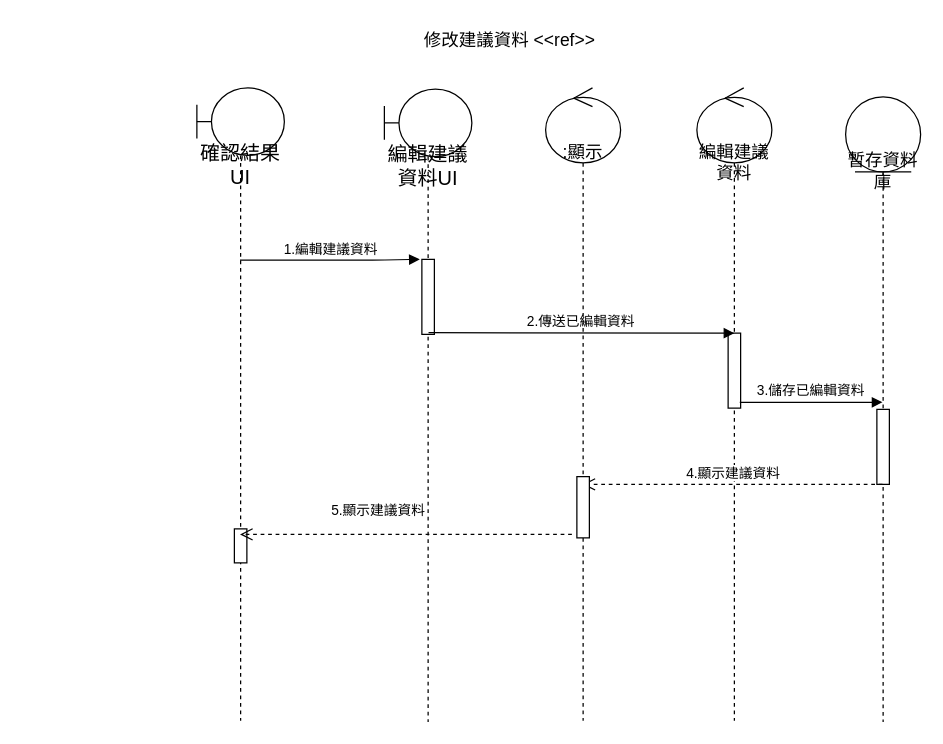
Before: 循序圖(編輯建議備課資料).drawio in Kevincheng0804/System-analysis, a draw.io diagram. Source tidied: cells renumbered, new cells numbered last; positions are measured from the earlier drawing's top-left corner, leaving out a move shared by most shapes. Both pictures are drawn from the tidied source at 125%, with x=0, y=0 at pixel (196, 21).
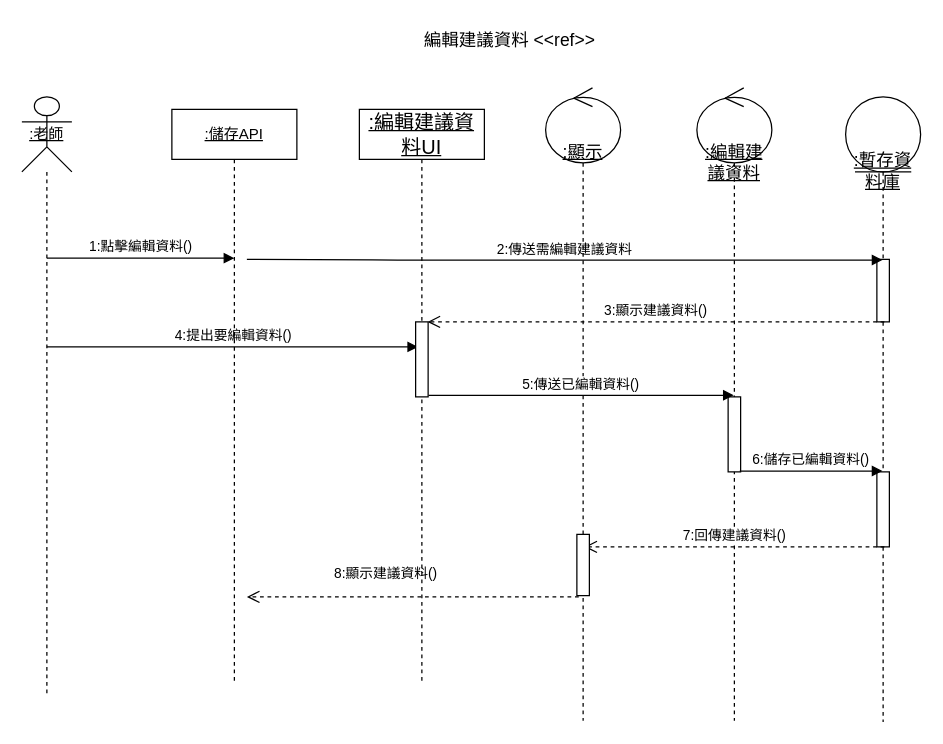
The same diagram, later.

Commit message:
更新循序圖(編輯建議備課資料).drawio

The edit, as a diff of the source:
```diff
@@
-    <mxCell id="2" value="編輯建議資料UI" style="shape=umlLifeline;participant=umlBoundary;perimeter=lifelinePerimeter;whiteSpace=wrap;html=1;verticalAlign=top;spacingTop=36;fontSize=16;size=54;" parent="1" vertex="1">
-      <mxGeometry x="150" y="53.8" width="70" height="506.2" as="geometry" />
-    </mxCell>
-    <mxCell id="3" style="html=1;points=[];perimeter=orthogonalPerimeter;" parent="2" vertex="1">
-      <mxGeometry x="30" y="136.2" width="10" height="60" as="geometry" />
-    </mxCell>
-    <mxCell id="4" value="暫存資料庫" style="shape=umlLifeline;participant=umlEntity;perimeter=lifelinePerimeter;whiteSpace=wrap;html=1;verticalAlign=top;spacingTop=36;outlineConnect=0;fontSize=14;size=60;" parent="1" vertex="1">
+    <mxCell id="4" value="&lt;u&gt;:暫存資料庫&lt;/u&gt;" style="shape=umlLifeline;participant=umlEntity;perimeter=lifelinePerimeter;whiteSpace=wrap;html=1;verticalAlign=top;spacingTop=36;outlineConnect=0;fontSize=14;size=60;" parent="1" vertex="1">
       <mxGeometry x="519" y="60" width="60" height="500" as="geometry" />
     </mxCell>
     <mxCell id="5" style="html=1;perimeter=orthogonalPerimeter;" parent="4" vertex="1">
-      <mxGeometry x="25" y="250" width="10" height="60" as="geometry" />
+      <mxGeometry x="25" y="300" width="10" height="60" as="geometry" />
     </mxCell>
+    <mxCell id="18" style="html=1;perimeter=orthogonalPerimeter;" parent="4" vertex="1">
+      <mxGeometry x="25" y="130" width="10" height="50" as="geometry" />
+    </mxCell>
-    <mxCell id="6" value="編輯建議資料" style="shape=umlLifeline;participant=umlControl;perimeter=lifelinePerimeter;whiteSpace=wrap;html=1;verticalAlign=top;spacingTop=36;outlineConnect=0;fontSize=14;size=60;align=center;" parent="1" vertex="1">
+    <mxCell id="6" value="&lt;u&gt;:編輯建議資料&lt;/u&gt;" style="shape=umlLifeline;participant=umlControl;perimeter=lifelinePerimeter;whiteSpace=wrap;html=1;verticalAlign=top;spacingTop=36;outlineConnect=0;fontSize=14;size=60;align=center;" parent="1" vertex="1">
       <mxGeometry x="400" y="52.8" width="60" height="506.2" as="geometry" />
     </mxCell>
     <mxCell id="7" style="html=1;points=[];perimeter=orthogonalPerimeter;" parent="6" vertex="1">
-      <mxGeometry x="25" y="196.2" width="10" height="60" as="geometry" />
+      <mxGeometry x="25" y="247.2" width="10" height="60" as="geometry" />
     </mxCell>
-    <mxCell id="8" value="2.傳送已編輯資料" style="html=1;verticalAlign=bottom;startArrow=none;startFill=0;endArrow=block;startSize=8;exitX=0.533;exitY=0.978;exitDx=0;exitDy=0;exitPerimeter=0;" parent="6" edge="1" source="3">
-      <mxGeometry relative="1" as="geometry">
-        <mxPoint x="30" y="196.2" as="targetPoint" />
-      </mxGeometry>
-    </mxCell>
-    <mxCell id="9" value="確認結果UI" style="shape=umlLifeline;participant=umlBoundary;perimeter=lifelinePerimeter;whiteSpace=wrap;html=1;verticalAlign=top;spacingTop=36;outlineConnect=0;fontSize=16;size=54;" parent="1" vertex="1">
-      <mxGeometry y="52.8" width="70" height="506.2" as="geometry" />
-    </mxCell>
-    <mxCell id="10" style="html=1;perimeter=orthogonalPerimeter;" parent="9" vertex="1">
-      <mxGeometry x="30" y="352.8" width="10" height="27.2" as="geometry" />
-    </mxCell>
-    <mxCell id="11" value="1.編輯建議資料" style="html=1;verticalAlign=bottom;startArrow=none;startFill=0;endArrow=block;startSize=8;entryX=-0.17;entryY=-0.001;entryDx=0;entryDy=0;entryPerimeter=0;" parent="1" edge="1" source="9" target="3">
+    <mxCell id="11" value="2:傳送需編輯建議資料" style="html=1;verticalAlign=bottom;startArrow=none;startFill=0;endArrow=block;startSize=8;" parent="1" edge="1" target="4">
       <mxGeometry relative="1" as="geometry">
+        <mxPoint x="40" y="190" as="sourcePoint" />
         <Array as="points">
           <mxPoint x="150.5" y="190.5" />
         </Array>
       </mxGeometry>
     </mxCell>
-    <mxCell id="12" value="3.儲存已編輯資料" style="html=1;verticalAlign=bottom;startArrow=none;startFill=0;endArrow=block;startSize=8;exitX=0.933;exitY=0.922;exitDx=0;exitDy=0;exitPerimeter=0;" parent="1" edge="1" source="7" target="4">
-      <mxGeometry relative="1" as="geometry" />
+    <mxCell id="12" value="6:儲存已編輯資料()" style="html=1;verticalAlign=bottom;startArrow=none;startFill=0;endArrow=block;startSize=8;exitX=0.933;exitY=0.922;exitDx=0;exitDy=0;exitPerimeter=0;" parent="1" edge="1">
+      <mxGeometry relative="1" as="geometry">
+        <mxPoint x="434.3" y="359.3" as="sourcePoint" />
+        <mxPoint x="548.5" y="359.3" as="targetPoint" />
+      </mxGeometry>
     </mxCell>
-    <mxCell id="13" value="4.顯示建議資料" style="html=1;verticalAlign=bottom;endArrow=open;dashed=1;endSize=8;" parent="1" edge="1" source="4" target="15">
+    <mxCell id="13" value="7:回傳建議資料()" style="html=1;verticalAlign=bottom;endArrow=open;dashed=1;endSize=8;" parent="1" edge="1">
       <mxGeometry relative="1" as="geometry">
+        <mxPoint x="550" y="420" as="sourcePoint" />
+        <mxPoint x="310" y="420" as="targetPoint" />
         <Array as="points">
-          <mxPoint x="355" y="370" />
+          <mxPoint x="356.5" y="420" />
         </Array>
       </mxGeometry>
     </mxCell>
-    <mxCell id="14" value="&lt;span style=&quot;text-align: center; font-size: 14px;&quot;&gt;&lt;font style=&quot;font-size: 14px;&quot;&gt;修改建議資料&lt;/font&gt;&lt;/span&gt;&amp;nbsp;&amp;lt;&amp;lt;ref&amp;gt;&amp;gt;" style="text;whiteSpace=wrap;html=1;fontSize=14;" parent="1" vertex="1">
+    <mxCell id="14" value="&lt;span style=&quot;text-align: center; font-size: 14px;&quot;&gt;&lt;font style=&quot;font-size: 14px;&quot;&gt;編輯建議資料&lt;/font&gt;&lt;/span&gt;&amp;nbsp;&amp;lt;&amp;lt;ref&amp;gt;&amp;gt;" style="text;whiteSpace=wrap;html=1;fontSize=14;" parent="1" vertex="1">
       <mxGeometry x="180" width="150" height="40" as="geometry" />
     </mxCell>
-    <mxCell id="15" value=":顯示" style="shape=umlLifeline;participant=umlControl;perimeter=lifelinePerimeter;whiteSpace=wrap;html=1;verticalAlign=top;spacingTop=36;outlineConnect=0;fontSize=14;size=60;align=center;" parent="1" vertex="1">
+    <mxCell id="15" value="&lt;u&gt;:顯示&lt;/u&gt;" style="shape=umlLifeline;participant=umlControl;perimeter=lifelinePerimeter;whiteSpace=wrap;html=1;verticalAlign=top;spacingTop=36;outlineConnect=0;fontSize=14;size=60;align=center;" parent="1" vertex="1">
       <mxGeometry x="279" y="52.8" width="60" height="506.2" as="geometry" />
     </mxCell>
     <mxCell id="16" style="html=1;perimeter=orthogonalPerimeter;" parent="15" vertex="1">
-      <mxGeometry x="25" y="311" width="10" height="49" as="geometry" />
+      <mxGeometry x="25" y="357.2" width="10" height="49" as="geometry" />
     </mxCell>
+    <mxCell id="19" value="1:點擊編輯資料()" style="html=1;verticalAlign=bottom;endArrow=block;curved=0;rounded=0;" parent="15" edge="1">
+      <mxGeometry relative="1" as="geometry">
+        <mxPoint x="-399" y="136.2" as="sourcePoint" />
+        <mxPoint x="-249" y="136.2" as="targetPoint" />
+      </mxGeometry>
+    </mxCell>
-    <mxCell id="17" value="5.顯示建議資料" style="html=1;verticalAlign=bottom;endArrow=open;dashed=1;endSize=8;" parent="1" edge="1" target="9">
+    <mxCell id="17" value="8:顯示建議資料()" style="html=1;verticalAlign=bottom;endArrow=open;dashed=1;endSize=8;" parent="1" edge="1">
       <mxGeometry x="0.17" y="-10" relative="1" as="geometry">
-        <mxPoint x="300" y="410" as="sourcePoint" />
+        <mxPoint x="305.5" y="460" as="sourcePoint" />
+        <mxPoint x="40" y="460" as="targetPoint" />
         <Array as="points">
-          <mxPoint x="106.5" y="410" />
+          <mxPoint x="112" y="460" />
         </Array>
       </mxGeometry>
     </mxCell>
+    <mxCell id="20" value="&lt;u&gt;:老師&lt;/u&gt;" style="shape=umlLifeline;perimeter=lifelinePerimeter;whiteSpace=wrap;html=1;newEdgeStyle={&quot;curved&quot;:0,&quot;rounded&quot;:0};participant=umlActor;size=60;" parent="1" vertex="1">
+      <mxGeometry x="-140" y="60" width="40" height="480" as="geometry" />
+    </mxCell>
+    <mxCell id="8" value="5:傳送已編輯資料()" style="html=1;verticalAlign=bottom;startArrow=none;startFill=0;endArrow=block;startSize=8;exitX=0.533;exitY=0.978;exitDx=0;exitDy=0;exitPerimeter=0;" parent="1" edge="1" target="6">
+      <mxGeometry relative="1" as="geometry">
+        <mxPoint x="185.3" y="298.7" as="sourcePoint" />
+      </mxGeometry>
+    </mxCell>
+    <mxCell id="21" value="3:顯示建議資料()" style="html=1;verticalAlign=bottom;endArrow=open;dashed=1;endSize=8;" parent="1" edge="1">
+      <mxGeometry relative="1" as="geometry">
+        <mxPoint x="550" y="240" as="sourcePoint" />
+        <mxPoint x="184.5" y="240" as="targetPoint" />
+        <Array as="points">
+          <mxPoint x="356" y="240" />
+        </Array>
+      </mxGeometry>
+    </mxCell>
+    <mxCell id="22" value="4:提出要編輯資料()" style="html=1;verticalAlign=bottom;endArrow=block;curved=0;rounded=0;" parent="1" edge="1">
+      <mxGeometry relative="1" as="geometry">
+        <mxPoint x="-120" y="260" as="sourcePoint" />
+        <mxPoint x="177" y="260" as="targetPoint" />
+      </mxGeometry>
+    </mxCell>
+    <mxCell id="23" value="&lt;u&gt;:儲存API&lt;/u&gt;" style="shape=umlLifeline;perimeter=lifelinePerimeter;whiteSpace=wrap;html=1;newEdgeStyle={&quot;curved&quot;:0,&quot;rounded&quot;:0};" parent="1" vertex="1">
+      <mxGeometry x="-20" y="70" width="100" height="460" as="geometry" />
+    </mxCell>
+    <mxCell id="24" value="&lt;u style=&quot;font-size: 16px;&quot;&gt;:編輯建議資料UI&lt;/u&gt;" style="shape=umlLifeline;perimeter=lifelinePerimeter;whiteSpace=wrap;html=1;newEdgeStyle={&quot;curved&quot;:0,&quot;rounded&quot;:0};" parent="1" vertex="1">
+      <mxGeometry x="130" y="70" width="100" height="460" as="geometry" />
+    </mxCell>
+    <mxCell id="25" style="html=1;perimeter=orthogonalPerimeter;" parent="1" vertex="1">
+      <mxGeometry x="175" y="240" width="10" height="60" as="geometry" />
+    </mxCell>
```
